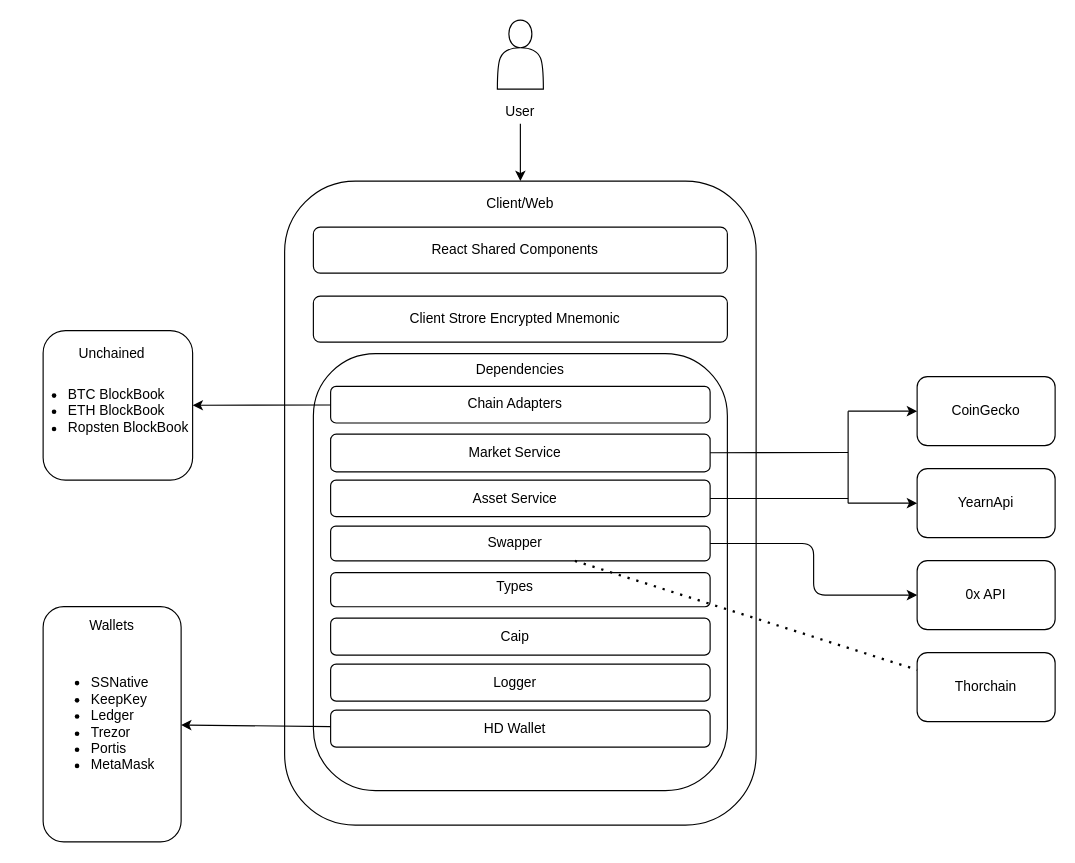
The draw.io diagram docs/drawio/architecture.drawio in damuzhi0810/web, before the edit. Source tidied: cells renumbered, new cells numbered last; positions are measured from the earlier drawing's top-left corner, leaving out a move shared by most shapes. Both pictures are drawn from the tidied source at 115%, with x=0, y=0 at pixel (20, 20).
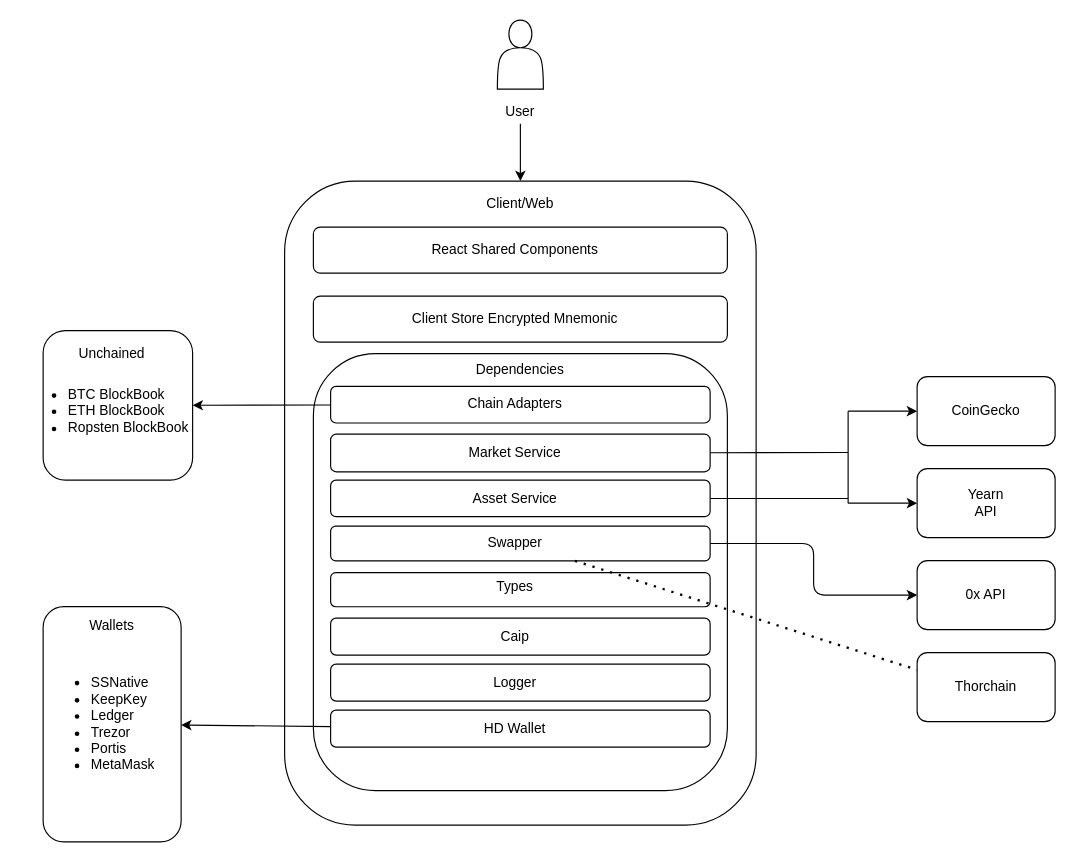
The same page after the edit.

The change refers to these unchanged cells:
```xml
<mxCell id="11" style="group;" parent="1" vertex="1">
  <mxGeometry x="255" y="240" width="360" height="40" as="geometry" />
</mxCell>
<mxCell id="17" style="group;" parent="1" vertex="1">
  <mxGeometry x="780" y="390" width="120" height="60" as="geometry" />
</mxCell>
```

What changed in the source:
```diff
@@
-    <mxCell id="13" value="Client Strore Encrypted Mnemonic" style="text;html=1;strokeColor=none;fillColor=none;align=center;verticalAlign=middle;whiteSpace=wrap;rounded=0;" parent="11" vertex="1">
+    <mxCell id="13" value="Client Store Encrypted Mnemonic" style="text;html=1;strokeColor=none;fillColor=none;align=center;verticalAlign=middle;whiteSpace=wrap;rounded=0;" parent="11" vertex="1">
       <mxGeometry x="77.5" y="10" width="195" height="20" as="geometry" />
     </mxCell>
@@
-    <mxCell id="19" value="YearnApi" style="text;html=1;strokeColor=none;fillColor=none;align=center;verticalAlign=middle;whiteSpace=wrap;rounded=0;" parent="17" vertex="1">
+    <mxCell id="19" value="Yearn API" style="text;html=1;strokeColor=none;fillColor=none;align=center;verticalAlign=middle;whiteSpace=wrap;rounded=0;" parent="17" vertex="1">
       <mxGeometry x="40" y="20" width="40" height="20" as="geometry" />
     </mxCell>
```
